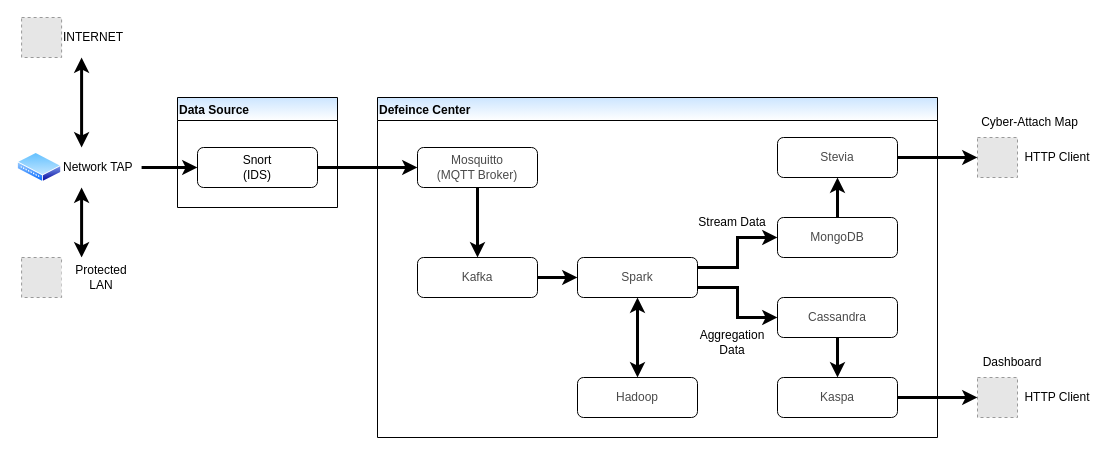
Before: page "R&D" (1 of 12) of Developer's Guide/MataElang Services.drawio in mata-elang-stable/DevelopersGuide, a draw.io diagram. Source tidied: cells renumbered, new cells numbered last; positions are measured from the earlier drawing's top-left corner, leaving out a move shared by most shapes. Both pictures are drawn from the tidied source at 100%, with x=0, y=0 at pixel (17, 17). Pictures stored in the file or linked from it are replaced by grey dashed boxes.
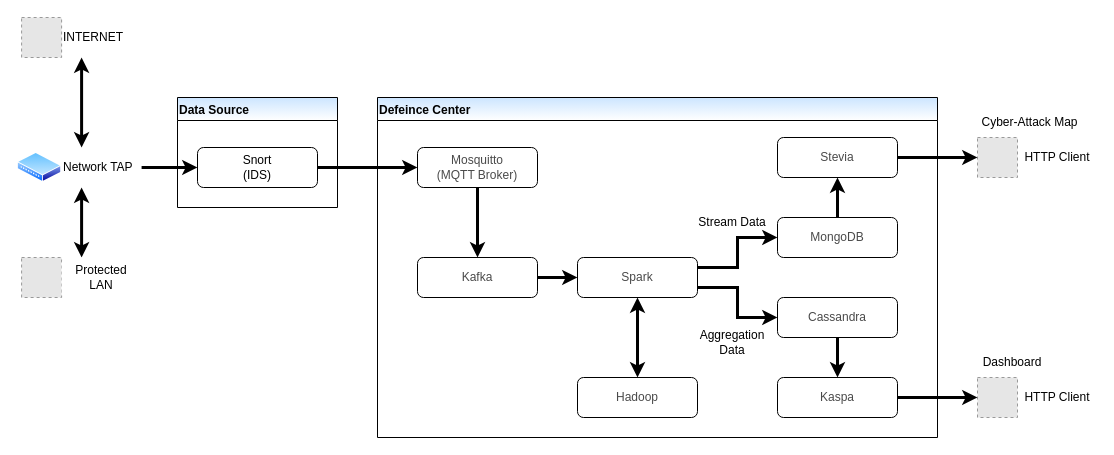
The same diagram, later.

The edit, as a diff of the source:
```diff
@@
-    <mxCell id="43" value="Cyber-Attach Map" style="text;html=1;strokeColor=none;fillColor=none;align=center;verticalAlign=middle;whiteSpace=wrap;rounded=0;" parent="1" vertex="1">
+    <mxCell id="43" value="Cyber-Attack Map" style="text;html=1;strokeColor=none;fillColor=none;align=center;verticalAlign=middle;whiteSpace=wrap;rounded=0;" parent="1" vertex="1">
       <mxGeometry x="960" y="90" width="105" height="30" as="geometry" />
     </mxCell>
```
